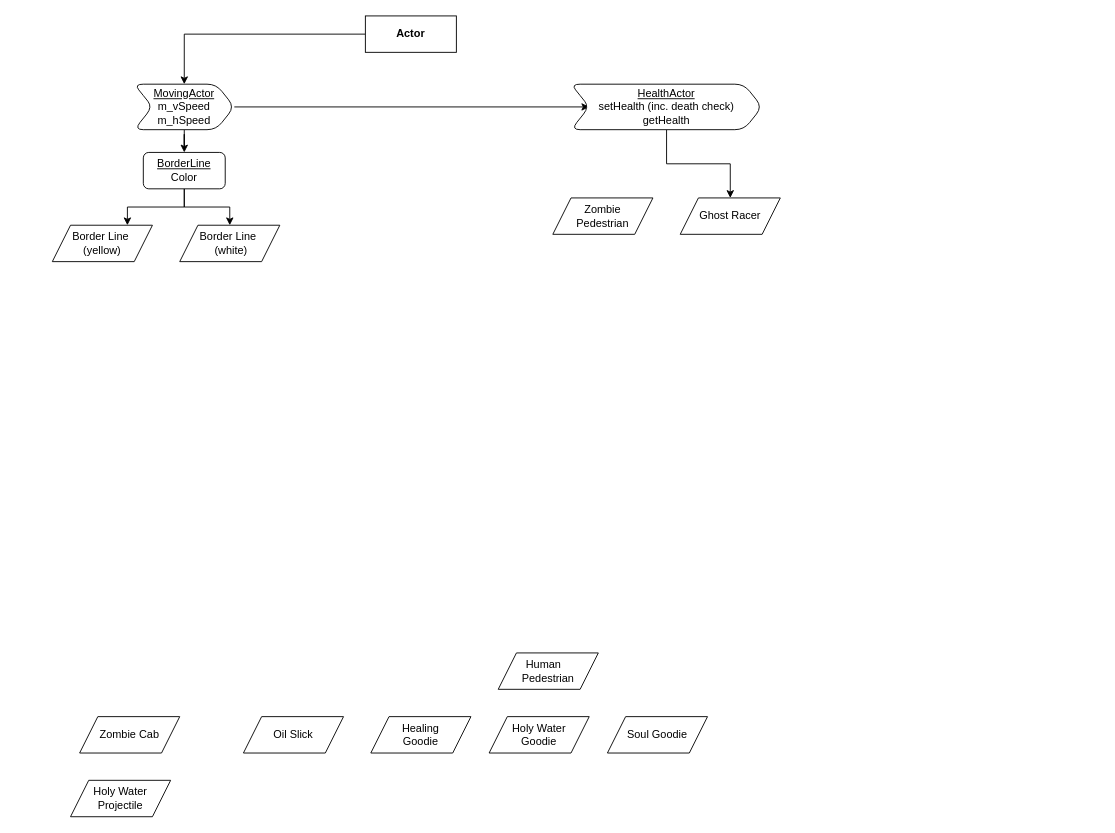
Before: Project3/ClassDiagram.drawio in UCLA-Cobular/CS32-Projects, a draw.io diagram. Source tidied: cells renumbered, new cells numbered last; positions are measured from the earlier drawing's top-left corner, leaving out a move shared by most shapes. Both pictures are drawn from the tidied source at 91%, with x=0, y=0 at pixel (52, 15).
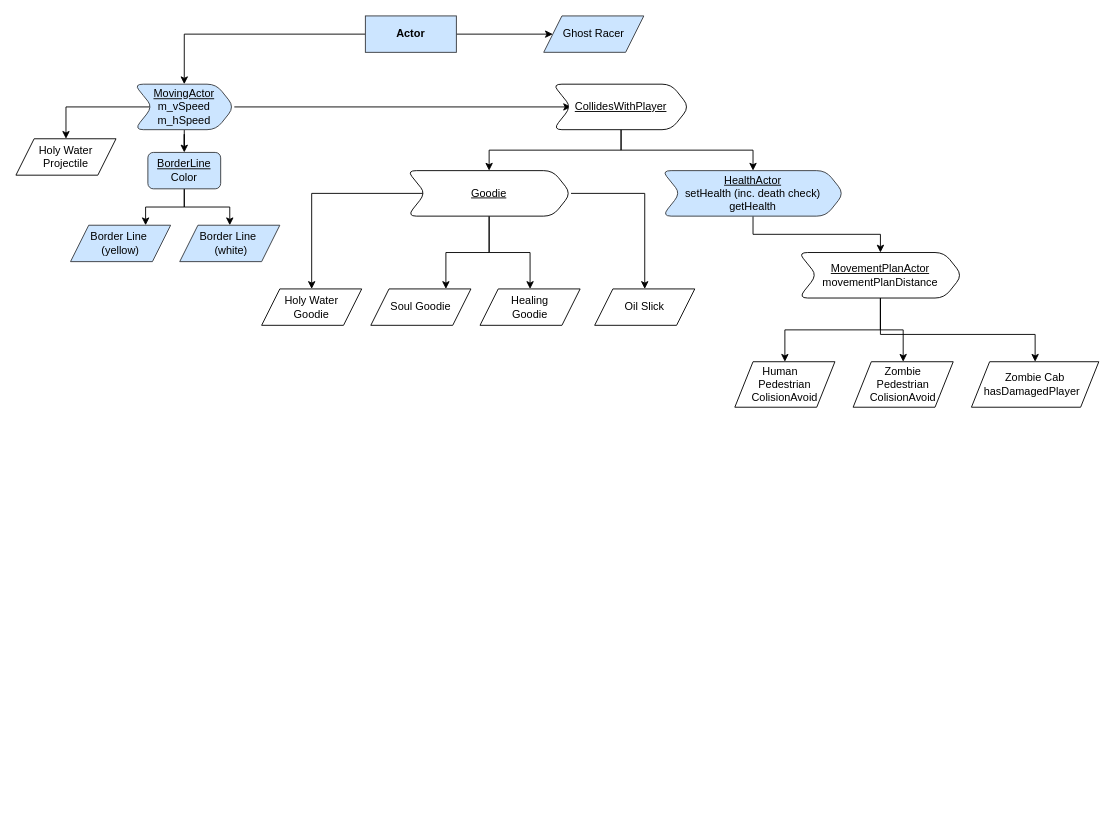
The same page after the edit.

Diff of the diagram source:
```diff
@@
+    <mxCell id="23" style="edgeStyle=orthogonalEdgeStyle;rounded=0;jettySize=auto;html=1;" parent="1" edge="1" source="3" target="4">
+      <mxGeometry relative="1" as="geometry" />
+    </mxCell>
-    <mxCell id="3" value="&lt;b&gt;Actor&lt;/b&gt;" style="rounded=0;whiteSpace=wrap;html=1;" parent="1" vertex="1">
+    <mxCell id="3" value="&lt;b&gt;Actor&lt;/b&gt;" style="rounded=0;whiteSpace=wrap;html=1;fillColor=#cce5ff;strokeColor=#36393d;" parent="1" vertex="1">
       <mxGeometry x="344" width="100" height="40" as="geometry" />
     </mxCell>
-    <mxCell id="4" value="Ghost Racer" style="shape=parallelogram;perimeter=parallelogramPerimeter;whiteSpace=wrap;html=1;fixedSize=1;" parent="1" vertex="1">
-      <mxGeometry x="690" y="200" width="110" height="40" as="geometry" />
+    <mxCell id="4" value="Ghost Racer" style="shape=parallelogram;perimeter=parallelogramPerimeter;whiteSpace=wrap;html=1;fixedSize=1;fillColor=#cce5ff;strokeColor=#36393d;" parent="1" vertex="1">
+      <mxGeometry x="540" width="110" height="40" as="geometry" />
     </mxCell>
-    <mxCell id="5" value="Border Line&amp;nbsp; (yellow)" style="shape=parallelogram;perimeter=parallelogramPerimeter;whiteSpace=wrap;html=1;fixedSize=1;" parent="1" vertex="1">
-      <mxGeometry y="230" width="110" height="40" as="geometry" />
+    <mxCell id="5" value="Border Line&amp;nbsp; (yellow)" style="shape=parallelogram;perimeter=parallelogramPerimeter;whiteSpace=wrap;html=1;fixedSize=1;fillColor=#cce5ff;strokeColor=#36393d;" parent="1" vertex="1">
+      <mxGeometry x="20" y="230" width="110" height="40" as="geometry" />
     </mxCell>
-    <mxCell id="6" value="Border Line&amp;nbsp; &amp;nbsp;(white)" style="shape=parallelogram;perimeter=parallelogramPerimeter;whiteSpace=wrap;html=1;fixedSize=1;" parent="1" vertex="1">
+    <mxCell id="6" value="Border Line&amp;nbsp; &amp;nbsp;(white)" style="shape=parallelogram;perimeter=parallelogramPerimeter;whiteSpace=wrap;html=1;fixedSize=1;fillColor=#cce5ff;strokeColor=#36393d;" parent="1" vertex="1">
       <mxGeometry x="140" y="230" width="110" height="40" as="geometry" />
     </mxCell>
-    <mxCell id="7" value="Human&amp;nbsp; &amp;nbsp; Pedestrian" style="shape=parallelogram;perimeter=parallelogramPerimeter;whiteSpace=wrap;html=1;fixedSize=1;" parent="1" vertex="1">
-      <mxGeometry x="490" y="700" width="110" height="40" as="geometry" />
+    <mxCell id="7" value="Human&amp;nbsp; &amp;nbsp; Pedestrian&lt;br&gt;ColisionAvoid" style="shape=parallelogram;perimeter=parallelogramPerimeter;whiteSpace=wrap;html=1;fixedSize=1;" parent="1" vertex="1">
+      <mxGeometry x="750" y="380" width="110" height="50" as="geometry" />
     </mxCell>
     <mxCell id="8" value="Holy Water Projectile" style="shape=parallelogram;perimeter=parallelogramPerimeter;whiteSpace=wrap;html=1;fixedSize=1;" parent="1" vertex="1">
-      <mxGeometry x="20" y="840" width="110" height="40" as="geometry" />
+      <mxGeometry x="-40" y="135" width="110" height="40" as="geometry" />
     </mxCell>
     <mxCell id="9" value="Soul Goodie" style="shape=parallelogram;perimeter=parallelogramPerimeter;whiteSpace=wrap;html=1;fixedSize=1;" parent="1" vertex="1">
-      <mxGeometry x="610" y="770" width="110" height="40" as="geometry" />
+      <mxGeometry x="350" y="300" width="110" height="40" as="geometry" />
     </mxCell>
     <mxCell id="10" value="Holy Water &lt;br&gt;Goodie" style="shape=parallelogram;perimeter=parallelogramPerimeter;whiteSpace=wrap;html=1;fixedSize=1;" parent="1" vertex="1">
-      <mxGeometry x="480" y="770" width="110" height="40" as="geometry" />
+      <mxGeometry x="230" y="300" width="110" height="40" as="geometry" />
     </mxCell>
     <mxCell id="11" value="Healing &lt;br&gt;Goodie" style="shape=parallelogram;perimeter=parallelogramPerimeter;whiteSpace=wrap;html=1;fixedSize=1;" parent="1" vertex="1">
-      <mxGeometry x="350" y="770" width="110" height="40" as="geometry" />
+      <mxGeometry x="470" y="300" width="110" height="40" as="geometry" />
     </mxCell>
     <mxCell id="12" value="Oil Slick" style="shape=parallelogram;perimeter=parallelogramPerimeter;whiteSpace=wrap;html=1;fixedSize=1;" parent="1" vertex="1">
-      <mxGeometry x="210" y="770" width="110" height="40" as="geometry" />
+      <mxGeometry x="596" y="300" width="110" height="40" as="geometry" />
     </mxCell>
-    <mxCell id="13" value="Zombie Cab" style="shape=parallelogram;perimeter=parallelogramPerimeter;whiteSpace=wrap;html=1;fixedSize=1;" parent="1" vertex="1">
-      <mxGeometry x="30" y="770" width="110" height="40" as="geometry" />
+    <mxCell id="13" value="Zombie Cab&lt;br&gt;hasDamagedPlayer&amp;nbsp;&amp;nbsp;" style="shape=parallelogram;perimeter=parallelogramPerimeter;whiteSpace=wrap;html=1;fixedSize=1;" parent="1" vertex="1">
+      <mxGeometry x="1010" y="380" width="140" height="50" as="geometry" />
     </mxCell>
-    <mxCell id="14" value="Zombie &lt;br&gt;Pedestrian" style="shape=parallelogram;perimeter=parallelogramPerimeter;whiteSpace=wrap;html=1;fixedSize=1;" parent="1" vertex="1">
-      <mxGeometry x="550" y="200" width="110" height="40" as="geometry" />
+    <mxCell id="14" value="Zombie &lt;br&gt;Pedestrian&lt;br&gt;ColisionAvoid" style="shape=parallelogram;perimeter=parallelogramPerimeter;whiteSpace=wrap;html=1;fixedSize=1;" parent="1" vertex="1">
+      <mxGeometry x="880" y="380" width="110" height="50" as="geometry" />
     </mxCell>
@@
-    <mxCell id="17" value="&lt;u&gt;BorderLine&lt;/u&gt;&lt;br&gt;Color" style="rounded=1;whiteSpace=wrap;html=1;" parent="1" vertex="1">
-      <mxGeometry x="100" y="150" width="90" height="40" as="geometry" />
+    <mxCell id="17" value="&lt;u&gt;BorderLine&lt;/u&gt;&lt;br&gt;Color" style="rounded=1;whiteSpace=wrap;html=1;fillColor=#cce5ff;strokeColor=#36393d;" parent="1" vertex="1">
+      <mxGeometry x="105" y="150" width="80" height="40" as="geometry" />
     </mxCell>
@@
-    <mxCell id="19" style="edgeStyle=orthogonalEdgeStyle;rounded=0;jettySize=auto;html=1;" parent="1" edge="1" source="20" target="22">
-      <mxGeometry relative="1" as="geometry" />
-    </mxCell>
+    <mxCell id="24" style="edgeStyle=orthogonalEdgeStyle;rounded=0;jettySize=auto;html=1;entryX=0.5;entryY=0;entryDx=0;entryDy=0;" parent="1" edge="1" source="20" target="8">
+      <mxGeometry relative="1" as="geometry" />
+    </mxCell>
+    <mxCell id="25" style="edgeStyle=orthogonalEdgeStyle;rounded=0;jettySize=auto;html=1;" parent="1" edge="1" source="20" target="38">
+      <mxGeometry relative="1" as="geometry" />
+    </mxCell>
-    <mxCell id="20" value="&lt;u&gt;MovingActor&lt;/u&gt;&lt;br&gt;m_vSpeed&lt;br&gt;m_hSpeed" style="shape=step;perimeter=stepPerimeter;whiteSpace=wrap;html=1;fixedSize=1;rounded=1;glass=0;" parent="1" vertex="1">
+    <mxCell id="20" value="&lt;u&gt;MovingActor&lt;/u&gt;&lt;br&gt;m_vSpeed&lt;br&gt;m_hSpeed" style="shape=step;perimeter=stepPerimeter;whiteSpace=wrap;html=1;fixedSize=1;rounded=1;glass=0;fillColor=#cce5ff;strokeColor=#36393d;" parent="1" vertex="1">
       <mxGeometry x="90" y="75" width="110" height="50" as="geometry" />
     </mxCell>
-    <mxCell id="21" style="edgeStyle=orthogonalEdgeStyle;rounded=0;jettySize=auto;html=1;entryX=0.5;entryY=0;entryDx=0;entryDy=0;" parent="1" edge="1" source="22" target="4">
-      <mxGeometry relative="1" as="geometry" />
-    </mxCell>
+    <mxCell id="26" style="edgeStyle=orthogonalEdgeStyle;rounded=0;jettySize=auto;html=1;" parent="1" edge="1" source="22" target="30">
+      <mxGeometry relative="1" as="geometry" />
+    </mxCell>
-    <mxCell id="22" value="&lt;u&gt;HealthActor&lt;/u&gt;&lt;br&gt;setHealth (inc. death check)&lt;br&gt;getHealth" style="shape=step;perimeter=stepPerimeter;whiteSpace=wrap;html=1;fixedSize=1;rounded=1;glass=0;" parent="1" vertex="1">
-      <mxGeometry x="570" y="75" width="210" height="50" as="geometry" />
+    <mxCell id="22" value="&lt;u&gt;HealthActor&lt;/u&gt;&lt;br&gt;setHealth (inc. death check)&lt;br&gt;getHealth" style="shape=step;perimeter=stepPerimeter;whiteSpace=wrap;html=1;fixedSize=1;rounded=1;glass=0;fillColor=#cce5ff;strokeColor=#36393d;" parent="1" vertex="1">
+      <mxGeometry x="670" y="170" width="200" height="50" as="geometry" />
     </mxCell>
+    <mxCell id="27" style="edgeStyle=orthogonalEdgeStyle;rounded=0;jettySize=auto;html=1;entryX=0.5;entryY=0;entryDx=0;entryDy=0;" parent="1" edge="1" source="30" target="14">
+      <mxGeometry relative="1" as="geometry" />
+    </mxCell>
+    <mxCell id="28" style="edgeStyle=orthogonalEdgeStyle;rounded=0;jettySize=auto;html=1;entryX=0.5;entryY=0;entryDx=0;entryDy=0;" parent="1" edge="1" source="30" target="7">
+      <mxGeometry relative="1" as="geometry" />
+    </mxCell>
+    <mxCell id="29" style="edgeStyle=orthogonalEdgeStyle;rounded=0;jettySize=auto;html=1;entryX=0.5;entryY=0;entryDx=0;entryDy=0;" parent="1" edge="1" source="30" target="13">
+      <mxGeometry relative="1" as="geometry">
+        <Array as="points">
+          <mxPoint x="910" y="350" />
+          <mxPoint x="1080" y="350" />
+        </Array>
+      </mxGeometry>
+    </mxCell>
+    <mxCell id="30" value="&lt;u&gt;MovementPlanActor&lt;/u&gt;&lt;br&gt;movementPlanDistance&lt;br&gt;" style="shape=step;perimeter=stepPerimeter;whiteSpace=wrap;html=1;fixedSize=1;rounded=1;glass=0;" parent="1" vertex="1">
+      <mxGeometry x="820" y="260" width="180" height="50" as="geometry" />
+    </mxCell>
+    <mxCell id="31" style="edgeStyle=orthogonalEdgeStyle;rounded=0;jettySize=auto;html=1;" parent="1" edge="1" source="35" target="12">
+      <mxGeometry relative="1" as="geometry" />
+    </mxCell>
+    <mxCell id="32" style="edgeStyle=orthogonalEdgeStyle;rounded=0;jettySize=auto;html=1;" parent="1" edge="1" source="35" target="10">
+      <mxGeometry relative="1" as="geometry" />
+    </mxCell>
+    <mxCell id="33" style="edgeStyle=orthogonalEdgeStyle;rounded=0;jettySize=auto;html=1;" parent="1" edge="1" source="35" target="11">
+      <mxGeometry relative="1" as="geometry" />
+    </mxCell>
+    <mxCell id="34" style="edgeStyle=orthogonalEdgeStyle;rounded=0;jettySize=auto;html=1;entryX=0.75;entryY=0;entryDx=0;entryDy=0;" parent="1" edge="1" source="35" target="9">
+      <mxGeometry relative="1" as="geometry" />
+    </mxCell>
+    <mxCell id="35" value="&lt;u&gt;Goodie&lt;/u&gt;" style="shape=step;perimeter=stepPerimeter;whiteSpace=wrap;html=1;fixedSize=1;rounded=1;glass=0;" parent="1" vertex="1">
+      <mxGeometry x="390" y="170" width="180" height="50" as="geometry" />
+    </mxCell>
+    <mxCell id="36" style="edgeStyle=orthogonalEdgeStyle;rounded=0;jettySize=auto;html=1;" parent="1" edge="1" source="38" target="35">
+      <mxGeometry relative="1" as="geometry" />
+    </mxCell>
+    <mxCell id="37" style="edgeStyle=orthogonalEdgeStyle;rounded=0;jettySize=auto;html=1;" parent="1" edge="1" source="38" target="22">
+      <mxGeometry relative="1" as="geometry" />
+    </mxCell>
+    <mxCell id="38" value="&lt;u&gt;CollidesWithPlayer&lt;/u&gt;" style="shape=step;perimeter=stepPerimeter;whiteSpace=wrap;html=1;fixedSize=1;rounded=1;glass=0;" parent="1" vertex="1">
+      <mxGeometry x="550" y="75" width="150" height="50" as="geometry" />
+    </mxCell>
```
